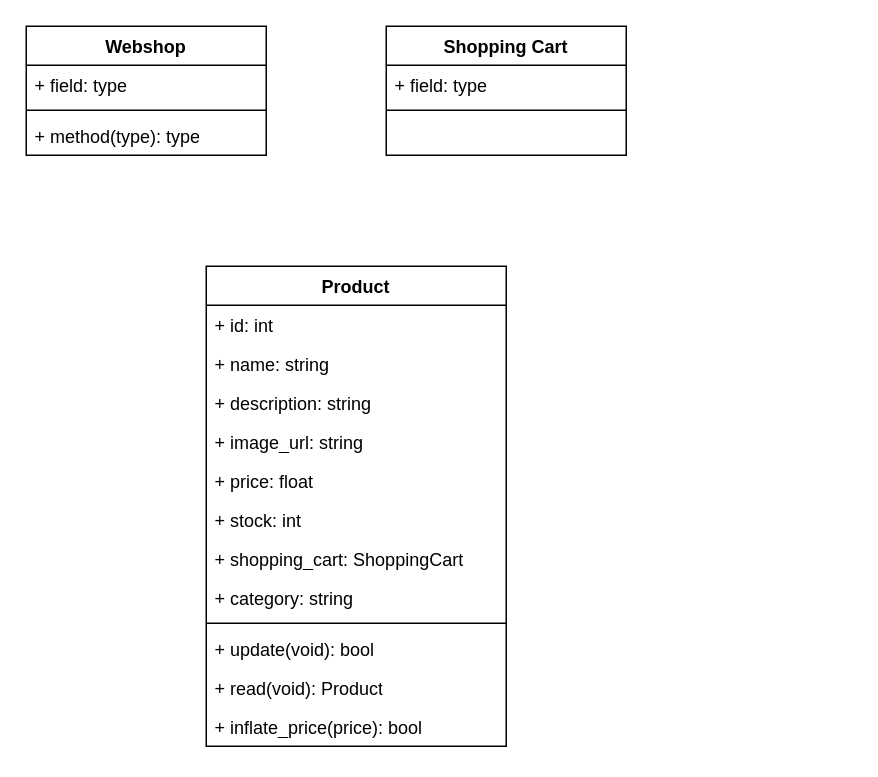
MoroniStubbe/project8 keeps this draw.io diagram as merged projects/documentatie/klassendiagram.drawio. Above is the earlier version. Source tidied: cells renumbered, new cells numbered last; positions are measured from the earlier drawing's top-left corner, leaving out a move shared by most shapes. Both pictures are drawn from the tidied source at 150%, with x=0, y=0 at pixel (26, 26).
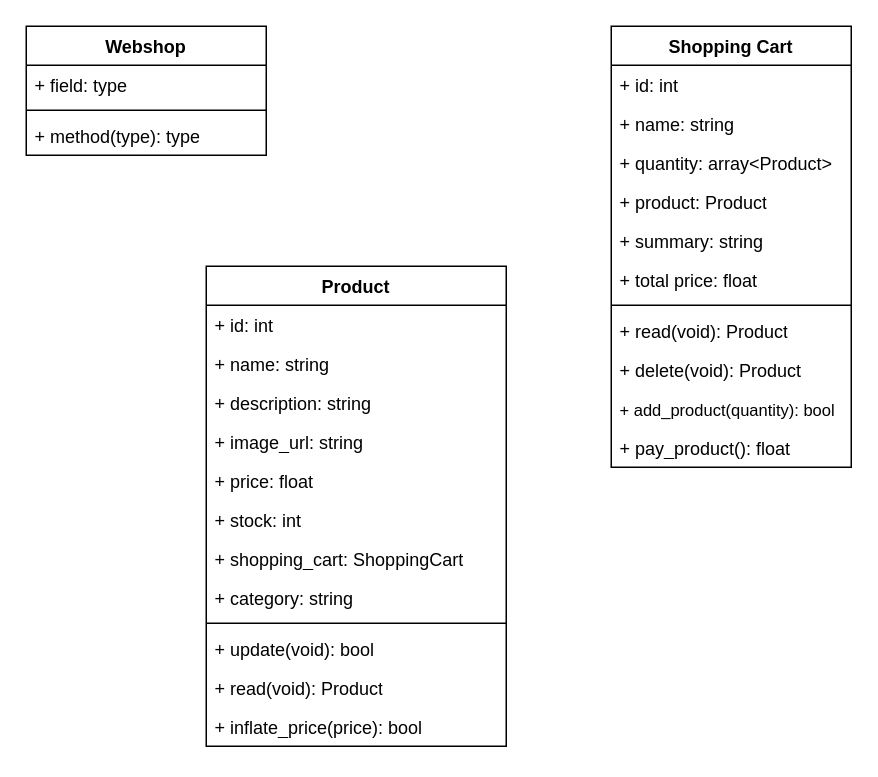
After the change.

Commit message:
add shopping cart diagram

The edit, as a diff of the source:
```diff
@@
     <mxCell id="19" value="Shopping Cart" style="swimlane;fontStyle=1;align=center;verticalAlign=top;horizontal=1;startSize=26;whiteSpace=wrap;html=1;" parent="1" vertex="1">
-      <mxGeometry x="240" width="160" height="86" as="geometry" />
+      <mxGeometry x="390" width="160" height="294" as="geometry" />
     </mxCell>
-    <mxCell id="20" value="+ field: type" style="text;strokeColor=none;fillColor=none;align=left;verticalAlign=top;spacingLeft=4;spacingRight=4;overflow=hidden;whiteSpace=wrap;html=1;" parent="19" vertex="1">
+    <mxCell id="20" value="+ id: int" style="text;strokeColor=none;fillColor=none;align=left;verticalAlign=top;spacingLeft=4;spacingRight=4;overflow=hidden;whiteSpace=wrap;html=1;" parent="19" vertex="1">
       <mxGeometry y="26" width="160" height="26" as="geometry" />
     </mxCell>
+    <mxCell id="23" value="+ name: string" style="text;strokeColor=none;fillColor=none;align=left;verticalAlign=top;spacingLeft=4;spacingRight=4;overflow=hidden;whiteSpace=wrap;html=1;" parent="19" vertex="1">
+      <mxGeometry y="52" width="160" height="26" as="geometry" />
+    </mxCell>
+    <mxCell id="24" value="+ quantity: array&amp;lt;Product&amp;gt;" style="text;strokeColor=none;fillColor=none;align=left;verticalAlign=top;spacingLeft=4;spacingRight=4;overflow=hidden;whiteSpace=wrap;html=1;" parent="19" vertex="1">
+      <mxGeometry y="78" width="160" height="26" as="geometry" />
+    </mxCell>
+    <mxCell id="25" value="+ product: Product" style="text;strokeColor=none;fillColor=none;align=left;verticalAlign=top;spacingLeft=4;spacingRight=4;overflow=hidden;whiteSpace=wrap;html=1;" parent="19" vertex="1">
+      <mxGeometry y="104" width="160" height="26" as="geometry" />
+    </mxCell>
+    <mxCell id="26" value="+ summary: string" style="text;strokeColor=none;fillColor=none;align=left;verticalAlign=top;spacingLeft=4;spacingRight=4;overflow=hidden;whiteSpace=wrap;html=1;" parent="19" vertex="1">
+      <mxGeometry y="130" width="160" height="26" as="geometry" />
+    </mxCell>
+    <mxCell id="27" value="+ total price: float" style="text;strokeColor=none;fillColor=none;align=left;verticalAlign=top;spacingLeft=4;spacingRight=4;overflow=hidden;whiteSpace=wrap;html=1;" parent="19" vertex="1">
+      <mxGeometry y="156" width="160" height="26" as="geometry" />
+    </mxCell>
     <mxCell id="21" style="line;strokeWidth=1;fillColor=none;align=left;verticalAlign=middle;spacingTop=-1;spacingLeft=3;spacingRight=3;labelPosition=right;strokeColor=inherit;" parent="19" vertex="1">
-      <mxGeometry y="52" width="160" height="8" as="geometry" />
+      <mxGeometry y="182" width="160" height="8" as="geometry" />
     </mxCell>
+    <mxCell id="28" value="+ read(void): Product" style="text;strokeColor=none;fillColor=none;align=left;verticalAlign=top;spacingLeft=4;spacingRight=4;overflow=hidden;whiteSpace=wrap;html=1;" parent="19" vertex="1">
+      <mxGeometry y="190" width="160" height="26" as="geometry" />
+    </mxCell>
+    <mxCell id="29" value="+ delete(void): Product" style="text;strokeColor=none;fillColor=none;align=left;verticalAlign=top;spacingLeft=4;spacingRight=4;overflow=hidden;whiteSpace=wrap;html=1;" parent="19" vertex="1">
+      <mxGeometry y="216" width="160" height="26" as="geometry" />
+    </mxCell>
+    <mxCell id="30" value="&lt;font style=&quot;font-size: 11px;&quot;&gt;+ add_product(quantity): bool&lt;/font&gt;" style="text;strokeColor=none;fillColor=none;align=left;verticalAlign=top;spacingLeft=4;spacingRight=4;overflow=hidden;whiteSpace=wrap;html=1;" parent="19" vertex="1">
+      <mxGeometry y="242" width="160" height="26" as="geometry" />
+    </mxCell>
+    <mxCell id="31" value="+ pay_product(): float" style="text;strokeColor=none;fillColor=none;align=left;verticalAlign=top;spacingLeft=4;spacingRight=4;overflow=hidden;whiteSpace=wrap;html=1;" parent="19" vertex="1">
+      <mxGeometry y="268" width="160" height="26" as="geometry" />
+    </mxCell>
-    <mxCell id="22" style="text;strokeColor=none;fillColor=none;align=left;verticalAlign=top;spacingLeft=4;spacingRight=4;overflow=hidden;whiteSpace=wrap;html=1;" parent="19" vertex="1">
-      <mxGeometry y="60" width="160" height="26" as="geometry" />
+    <mxCell id="22" value="&lt;span style=&quot;color: rgba(0, 0, 0, 0); font-family: monospace; font-size: 0px; text-wrap: nowrap;&quot;&gt;+&lt;/span&gt;" style="text;strokeColor=none;fillColor=none;align=left;verticalAlign=top;spacingLeft=4;spacingRight=4;overflow=hidden;whiteSpace=wrap;html=1;" parent="19" vertex="1">
+      <mxGeometry y="294" width="160" as="geometry" />
     </mxCell>
```
